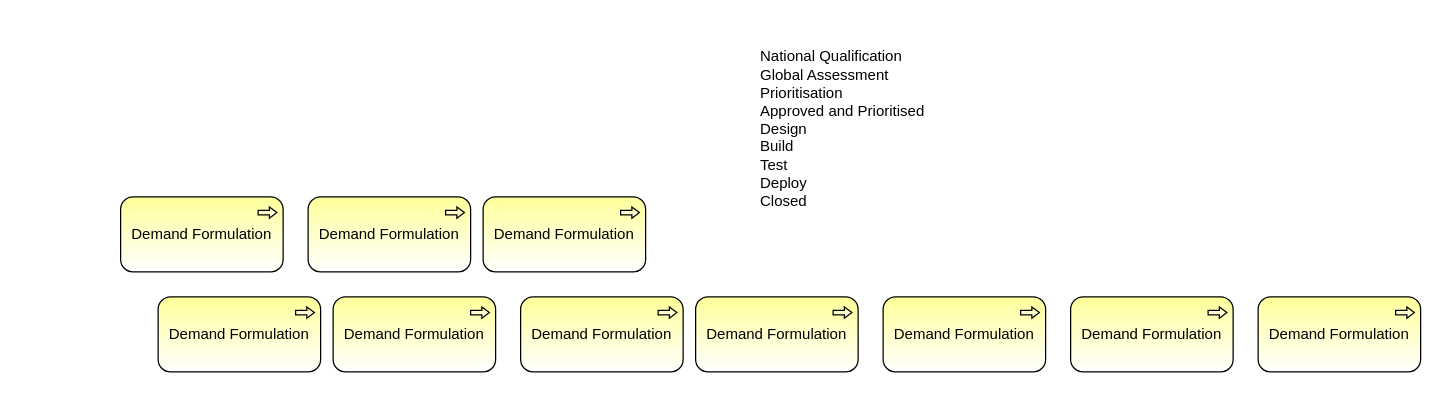
The draw.io diagram page "Page-1" (1 of 2) of SnowOpmf.drawio in algimas/tmp, before the edit. Source tidied: cells renumbered, new cells numbered last; positions are measured from the earlier drawing's top-left corner, leaving out a move shared by most shapes. Both pictures are drawn from the tidied source at 125%, with x=0, y=0 at pixel (120, 21).
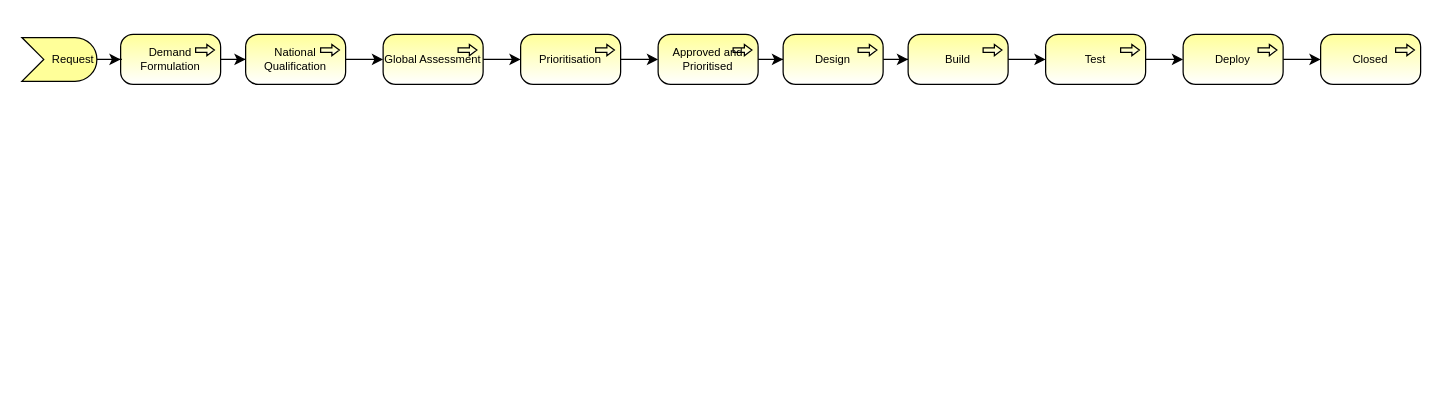
The same diagram, later.

Diff of the diagram source:
```diff
@@
+    <mxCell id="13" style="edgeStyle=orthogonalEdgeStyle;rounded=0;jettySize=auto;html=1;fontSize=9;" parent="1" edge="1" source="2" target="4">
+      <mxGeometry relative="1" as="geometry" />
+    </mxCell>
-    <mxCell id="2" value="Demand Formulation" style="html=1;outlineConnect=0;whiteSpace=wrap;fillColor=#ffff99;shape=mxgraph.archimate3.application;appType=proc;archiType=rounded;gradientColor=#ffffff;" parent="1" vertex="1">
-      <mxGeometry y="140" width="130" height="60" as="geometry" />
+    <mxCell id="2" value="Demand Formulation" style="html=1;outlineConnect=0;whiteSpace=wrap;fillColor=#ffff99;shape=mxgraph.archimate3.application;appType=proc;archiType=rounded;gradientColor=#ffffff;fontSize=9;" parent="1" vertex="1">
+      <mxGeometry y="10" width="80" height="40" as="geometry" />
     </mxCell>
-    <mxCell id="3" value="&lt;br&gt;National Qualification&lt;br&gt;Global Assessment&lt;br&gt;Prioritisation&lt;br&gt;Approved and Prioritised&lt;br&gt;Design&lt;br&gt;Build&lt;br&gt;Test&lt;br&gt;Deploy&lt;br&gt;Closed" style="text;whiteSpace=wrap;html=1;" parent="1" vertex="1">
-      <mxGeometry x="510" width="160" height="160" as="geometry" />
-    </mxCell>
+    <mxCell id="14" style="edgeStyle=orthogonalEdgeStyle;rounded=0;jettySize=auto;html=1;fontSize=9;" parent="1" edge="1" source="4" target="5">
+      <mxGeometry relative="1" as="geometry" />
+    </mxCell>
-    <mxCell id="4" value="Demand Formulation" style="html=1;outlineConnect=0;whiteSpace=wrap;fillColor=#ffff99;shape=mxgraph.archimate3.application;appType=proc;archiType=rounded;gradientColor=#ffffff;" parent="1" vertex="1">
-      <mxGeometry x="150" y="140" width="130" height="60" as="geometry" />
+    <mxCell id="4" value="National Qualification" style="html=1;outlineConnect=0;whiteSpace=wrap;fillColor=#ffff99;shape=mxgraph.archimate3.application;appType=proc;archiType=rounded;gradientColor=#ffffff;fontSize=9;" parent="1" vertex="1">
+      <mxGeometry x="100" y="10" width="80" height="40" as="geometry" />
     </mxCell>
+    <mxCell id="15" style="edgeStyle=orthogonalEdgeStyle;rounded=0;jettySize=auto;html=1;fontSize=9;" parent="1" edge="1" source="5" target="6">
+      <mxGeometry relative="1" as="geometry" />
+    </mxCell>
-    <mxCell id="5" value="Demand Formulation" style="html=1;outlineConnect=0;whiteSpace=wrap;fillColor=#ffff99;shape=mxgraph.archimate3.application;appType=proc;archiType=rounded;gradientColor=#ffffff;" parent="1" vertex="1">
-      <mxGeometry x="290" y="140" width="130" height="60" as="geometry" />
+    <mxCell id="5" value="Global Assessment" style="html=1;outlineConnect=0;whiteSpace=wrap;fillColor=#ffff99;shape=mxgraph.archimate3.application;appType=proc;archiType=rounded;gradientColor=#ffffff;fontSize=9;" parent="1" vertex="1">
+      <mxGeometry x="210" y="10" width="80" height="40" as="geometry" />
     </mxCell>
+    <mxCell id="16" style="edgeStyle=orthogonalEdgeStyle;rounded=0;jettySize=auto;html=1;fontSize=9;" parent="1" edge="1" source="6" target="7">
+      <mxGeometry relative="1" as="geometry" />
+    </mxCell>
-    <mxCell id="6" value="Demand Formulation" style="html=1;outlineConnect=0;whiteSpace=wrap;fillColor=#ffff99;shape=mxgraph.archimate3.application;appType=proc;archiType=rounded;gradientColor=#ffffff;" parent="1" vertex="1">
-      <mxGeometry x="30" y="220" width="130" height="60" as="geometry" />
+    <mxCell id="6" value="Prioritisation" style="html=1;outlineConnect=0;whiteSpace=wrap;fillColor=#ffff99;shape=mxgraph.archimate3.application;appType=proc;archiType=rounded;gradientColor=#ffffff;fontSize=9;" parent="1" vertex="1">
+      <mxGeometry x="320" y="10" width="80" height="40" as="geometry" />
     </mxCell>
+    <mxCell id="17" style="edgeStyle=orthogonalEdgeStyle;rounded=0;jettySize=auto;html=1;fontSize=9;" parent="1" edge="1" source="7" target="8">
+      <mxGeometry relative="1" as="geometry" />
+    </mxCell>
-    <mxCell id="7" value="Demand Formulation" style="html=1;outlineConnect=0;whiteSpace=wrap;fillColor=#ffff99;shape=mxgraph.archimate3.application;appType=proc;archiType=rounded;gradientColor=#ffffff;" parent="1" vertex="1">
-      <mxGeometry x="170" y="220" width="130" height="60" as="geometry" />
+    <mxCell id="7" value="Approved and Prioritised" style="html=1;outlineConnect=0;whiteSpace=wrap;fillColor=#ffff99;shape=mxgraph.archimate3.application;appType=proc;archiType=rounded;gradientColor=#ffffff;fontSize=9;" parent="1" vertex="1">
+      <mxGeometry x="430" y="10" width="80" height="40" as="geometry" />
     </mxCell>
+    <mxCell id="18" style="edgeStyle=orthogonalEdgeStyle;rounded=0;jettySize=auto;html=1;fontSize=9;" parent="1" edge="1" source="8" target="9">
+      <mxGeometry relative="1" as="geometry" />
+    </mxCell>
-    <mxCell id="8" value="Demand Formulation" style="html=1;outlineConnect=0;whiteSpace=wrap;fillColor=#ffff99;shape=mxgraph.archimate3.application;appType=proc;archiType=rounded;gradientColor=#ffffff;" parent="1" vertex="1">
-      <mxGeometry x="320" y="220" width="130" height="60" as="geometry" />
+    <mxCell id="8" value="Design" style="html=1;outlineConnect=0;whiteSpace=wrap;fillColor=#ffff99;shape=mxgraph.archimate3.application;appType=proc;archiType=rounded;gradientColor=#ffffff;fontSize=9;" parent="1" vertex="1">
+      <mxGeometry x="530" y="10" width="80" height="40" as="geometry" />
     </mxCell>
+    <mxCell id="19" style="edgeStyle=orthogonalEdgeStyle;rounded=0;jettySize=auto;html=1;fontSize=9;" parent="1" edge="1" source="9" target="10">
+      <mxGeometry relative="1" as="geometry" />
+    </mxCell>
-    <mxCell id="9" value="Demand Formulation" style="html=1;outlineConnect=0;whiteSpace=wrap;fillColor=#ffff99;shape=mxgraph.archimate3.application;appType=proc;archiType=rounded;gradientColor=#ffffff;" parent="1" vertex="1">
-      <mxGeometry x="460" y="220" width="130" height="60" as="geometry" />
+    <mxCell id="9" value="Build" style="html=1;outlineConnect=0;whiteSpace=wrap;fillColor=#ffff99;shape=mxgraph.archimate3.application;appType=proc;archiType=rounded;gradientColor=#ffffff;fontSize=9;" parent="1" vertex="1">
+      <mxGeometry x="630" y="10" width="80" height="40" as="geometry" />
     </mxCell>
+    <mxCell id="20" style="edgeStyle=orthogonalEdgeStyle;rounded=0;jettySize=auto;html=1;fontSize=9;" parent="1" edge="1" source="10" target="11">
+      <mxGeometry relative="1" as="geometry" />
+    </mxCell>
-    <mxCell id="10" value="Demand Formulation" style="html=1;outlineConnect=0;whiteSpace=wrap;fillColor=#ffff99;shape=mxgraph.archimate3.application;appType=proc;archiType=rounded;gradientColor=#ffffff;" parent="1" vertex="1">
-      <mxGeometry x="610" y="220" width="130" height="60" as="geometry" />
+    <mxCell id="10" value="Test" style="html=1;outlineConnect=0;whiteSpace=wrap;fillColor=#ffff99;shape=mxgraph.archimate3.application;appType=proc;archiType=rounded;gradientColor=#ffffff;fontSize=9;" parent="1" vertex="1">
+      <mxGeometry x="740" y="10" width="80" height="40" as="geometry" />
     </mxCell>
+    <mxCell id="21" style="edgeStyle=orthogonalEdgeStyle;rounded=0;jettySize=auto;html=1;fontSize=9;" parent="1" edge="1" source="11" target="12">
+      <mxGeometry relative="1" as="geometry" />
+    </mxCell>
-    <mxCell id="11" value="Demand Formulation" style="html=1;outlineConnect=0;whiteSpace=wrap;fillColor=#ffff99;shape=mxgraph.archimate3.application;appType=proc;archiType=rounded;gradientColor=#ffffff;" parent="1" vertex="1">
-      <mxGeometry x="760" y="220" width="130" height="60" as="geometry" />
+    <mxCell id="11" value="Deploy" style="html=1;outlineConnect=0;whiteSpace=wrap;fillColor=#ffff99;shape=mxgraph.archimate3.application;appType=proc;archiType=rounded;gradientColor=#ffffff;fontSize=9;" parent="1" vertex="1">
+      <mxGeometry x="850" y="10" width="80" height="40" as="geometry" />
     </mxCell>
-    <mxCell id="12" value="Demand Formulation" style="html=1;outlineConnect=0;whiteSpace=wrap;fillColor=#ffff99;shape=mxgraph.archimate3.application;appType=proc;archiType=rounded;gradientColor=#ffffff;" parent="1" vertex="1">
-      <mxGeometry x="910" y="220" width="130" height="60" as="geometry" />
+    <mxCell id="12" value="Closed" style="html=1;outlineConnect=0;whiteSpace=wrap;fillColor=#ffff99;shape=mxgraph.archimate3.application;appType=proc;archiType=rounded;gradientColor=#ffffff;fontSize=9;" parent="1" vertex="1">
+      <mxGeometry x="960" y="10" width="80" height="40" as="geometry" />
     </mxCell>
+    <mxCell id="22" style="edgeStyle=orthogonalEdgeStyle;rounded=0;jettySize=auto;html=1;fontSize=9;" parent="1" edge="1" source="23" target="2">
+      <mxGeometry relative="1" as="geometry" />
+    </mxCell>
+    <mxCell id="23" value="Request" style="html=1;outlineConnect=0;whiteSpace=wrap;fillColor=#ffff99;shape=mxgraph.archimate3.event;fontSize=9;align=right;" parent="1" vertex="1">
+      <mxGeometry x="-79" y="12.5" width="60" height="35" as="geometry" />
+    </mxCell>
```
